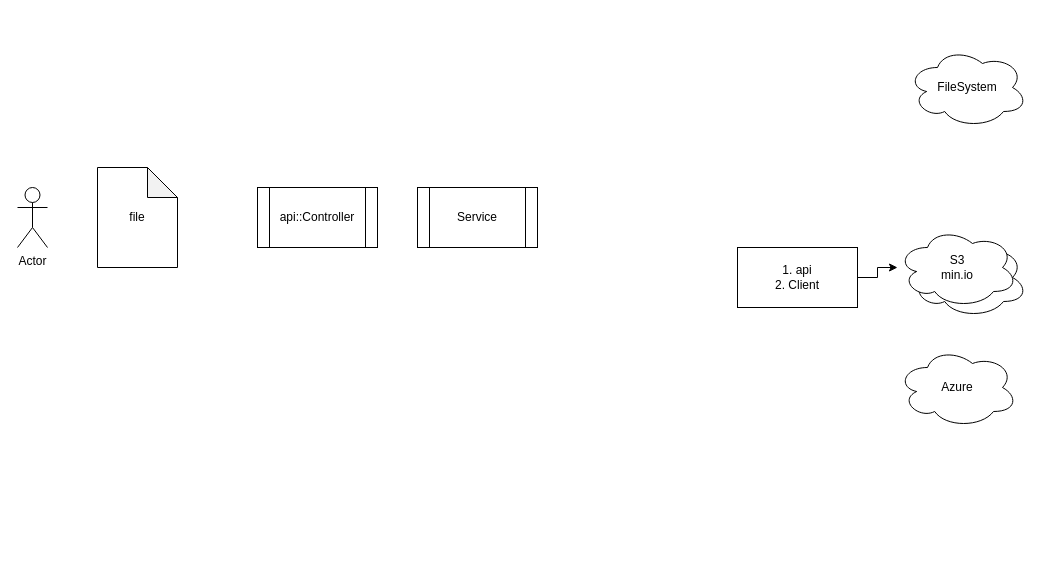
Earlier version of the draw.io diagram page "Page-10" (10 of 10) of Azure.drawio (ninydev/-121_-). Source tidied: cells renumbered, new cells numbered last; positions are measured from the earlier drawing's top-left corner, leaving out a move shared by most shapes. Both pictures are drawn from the tidied source at 100%, with x=0, y=0 at pixel (17, 47).
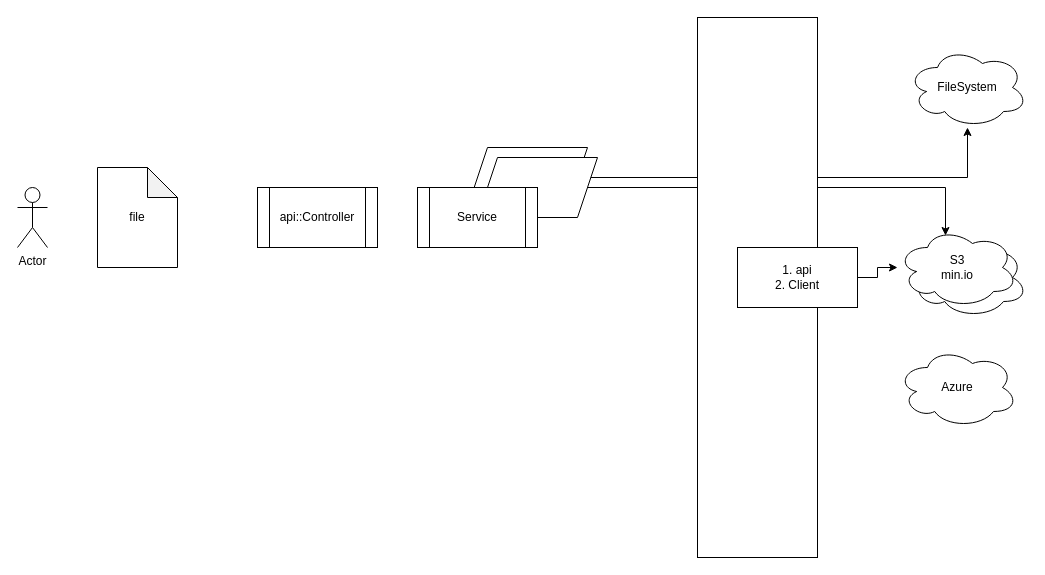
After the change.

Diff of the diagram source:
```diff
@@
 <mxGraphModel>
   <root>
     <mxCell id="0" />
     <mxCell id="1" parent="0" />
+    <mxCell id="12" style="edgeStyle=orthogonalEdgeStyle;rounded=0;jettySize=auto;html=1;entryX=0.4;entryY=0.1;entryDx=0;entryDy=0;entryPerimeter=0;" parent="1" edge="1" source="16" target="7">
+      <mxGeometry relative="1" as="geometry" />
+    </mxCell>
+    <mxCell id="13" style="edgeStyle=orthogonalEdgeStyle;rounded=0;jettySize=auto;html=1;" parent="1" edge="1" source="14" target="6">
+      <mxGeometry relative="1" as="geometry" />
+    </mxCell>
+    <mxCell id="14" style="shape=parallelogram;perimeter=parallelogramPerimeter;whiteSpace=wrap;html=1;fixedSize=1;" parent="1" vertex="1">
+      <mxGeometry x="450" y="100" width="120" height="60" as="geometry" />
+    </mxCell>
+    <mxCell id="15" style="rounded=0;whiteSpace=wrap;html=1;" parent="1" vertex="1">
+      <mxGeometry x="680" y="-30" width="120" height="540" as="geometry" />
+    </mxCell>
     <mxCell id="2" value="S3" style="ellipse;shape=cloud;whiteSpace=wrap;html=1;" parent="1" vertex="1">
       <mxGeometry x="890" y="190" width="120" height="80" as="geometry" />
     </mxCell>
     <mxCell id="3" value="Actor" style="shape=umlActor;verticalLabelPosition=bottom;verticalAlign=top;html=1;" parent="1" vertex="1">
       <mxGeometry y="140" width="30" height="60" as="geometry" />
     </mxCell>
     <mxCell id="4" value="file" style="shape=note;whiteSpace=wrap;html=1;backgroundOutline=1;darkOpacity=0.05;" parent="1" vertex="1">
       <mxGeometry x="80" y="120" width="80" height="100" as="geometry" />
     </mxCell>
     <mxCell id="5" value="api::Controller" style="shape=process;whiteSpace=wrap;html=1;backgroundOutline=1;" parent="1" vertex="1">
       <mxGeometry x="240" y="140" width="120" height="60" as="geometry" />
     </mxCell>
     <mxCell id="6" value="FileSystem" style="ellipse;shape=cloud;whiteSpace=wrap;html=1;" parent="1" vertex="1">
       <mxGeometry x="890" width="120" height="80" as="geometry" />
     </mxCell>
     <mxCell id="7" value="S3&lt;br&gt;min.io" style="ellipse;shape=cloud;whiteSpace=wrap;html=1;" parent="1" vertex="1">
       <mxGeometry x="880" y="180" width="120" height="80" as="geometry" />
     </mxCell>
     <mxCell id="8" value="Azure" style="ellipse;shape=cloud;whiteSpace=wrap;html=1;" parent="1" vertex="1">
       <mxGeometry x="880" y="300" width="120" height="80" as="geometry" />
     </mxCell>
     <mxCell id="9" style="edgeStyle=orthogonalEdgeStyle;rounded=0;jettySize=auto;html=1;" parent="1" edge="1" source="10" target="7">
       <mxGeometry relative="1" as="geometry" />
     </mxCell>
     <mxCell id="10" value="1. api&lt;br&gt;2. Client" style="rounded=0;whiteSpace=wrap;html=1;" parent="1" vertex="1">
       <mxGeometry x="720" y="200" width="120" height="60" as="geometry" />
     </mxCell>
+    <mxCell id="16" style="shape=parallelogram;perimeter=parallelogramPerimeter;whiteSpace=wrap;html=1;fixedSize=1;" parent="1" vertex="1">
+      <mxGeometry x="460" y="110" width="120" height="60" as="geometry" />
+    </mxCell>
     <mxCell id="11" value="Service" style="shape=process;whiteSpace=wrap;html=1;backgroundOutline=1;" parent="1" vertex="1">
       <mxGeometry x="400" y="140" width="120" height="60" as="geometry" />
     </mxCell>
   </root>
 </mxGraphModel>
```
